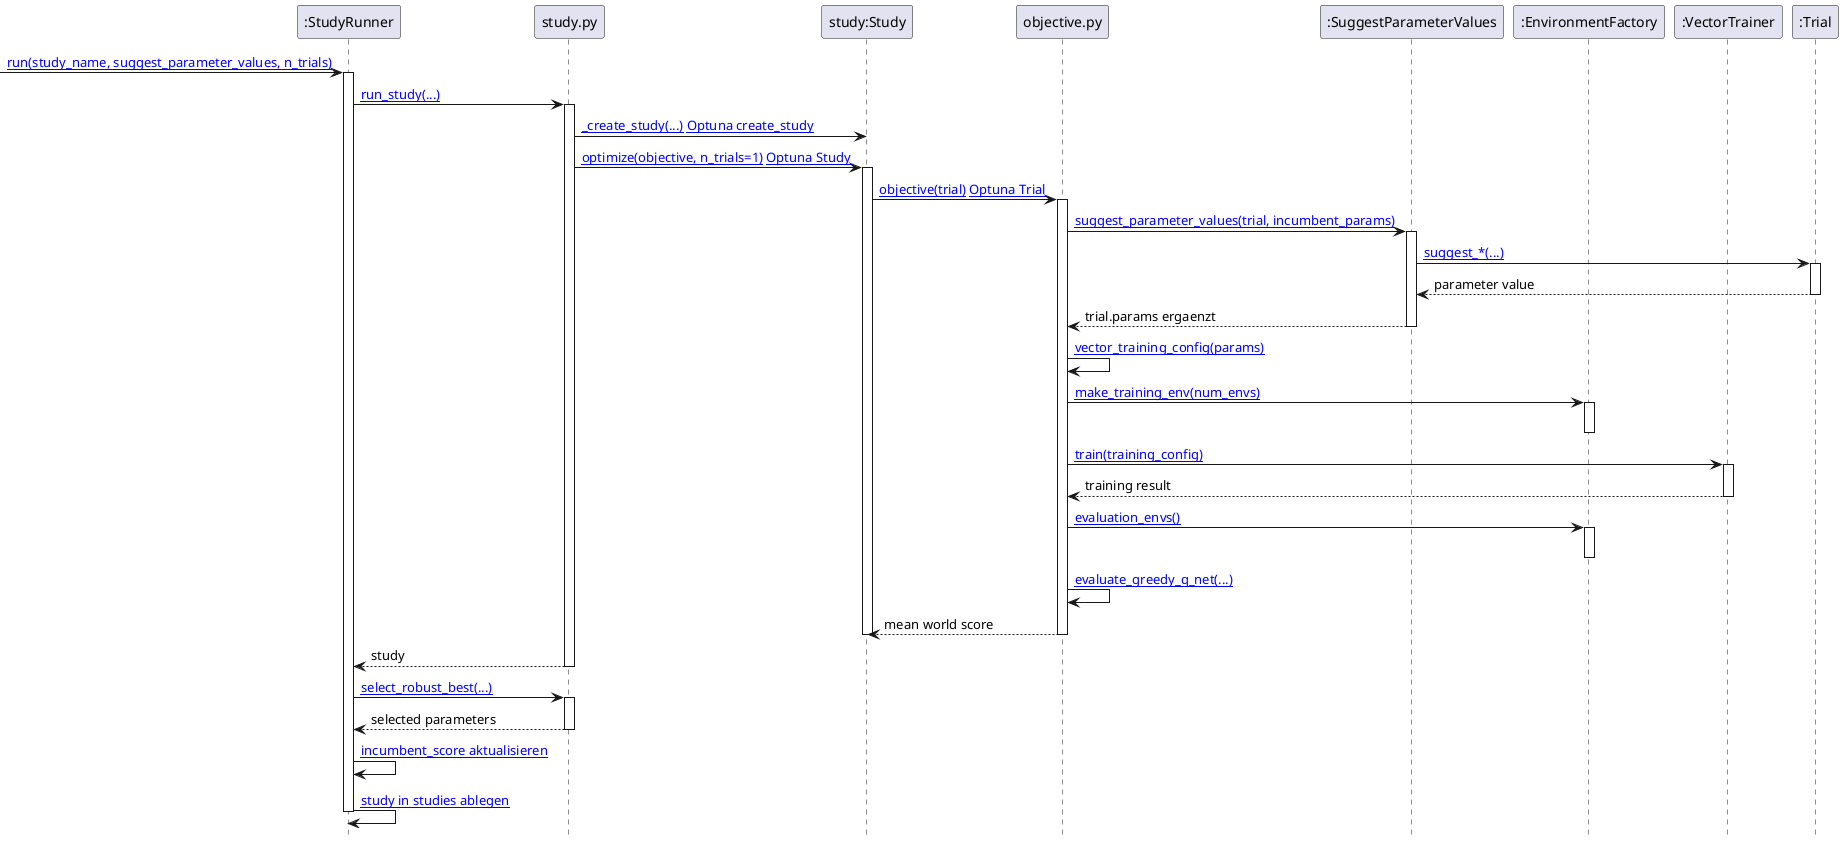
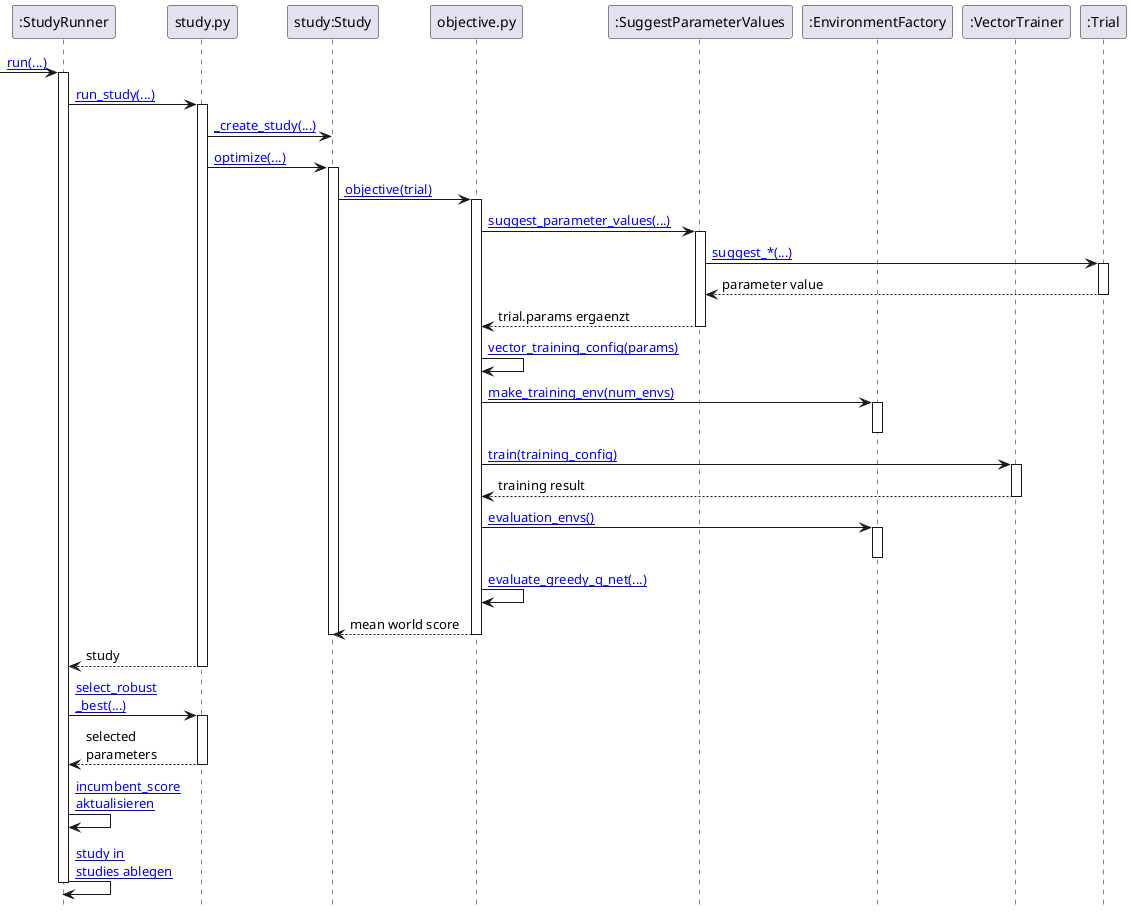
@startuml

hide footbox

participant ":StudyRunner" as runner
participant "study.py" as study_module
participant "study:Study" as study
participant "objective.py" as objective
participant ":SuggestParameterValues" as suggest_parameter_values
participant ":EnvironmentFactory" as environment_factory
participant ":VectorTrainer" as trainer
participant ":Trial" as trial

url of runner is [[vscode://file/C:/Users/mwehle/Documents/_P/KI/rl_lab/hpo/src/hpo/study.py:52:1]]
url of study_module is [[vscode://file/C:/Users/mwehle/Documents/_P/KI/rl_lab/hpo/src/hpo/study.py:1:1]]
url of study is [[vscode://file/C:/Users/mwehle/Documents/_P/KI/rl_lab/hpo/src/hpo/study.py:279:1]]
url of objective is [[vscode://file/C:/Users/mwehle/Documents/_P/KI/rl_lab/hpo/src/hpo/objective.py:134:1]]
url of suggest_parameter_values is [[vscode://file/C:/Users/mwehle/Documents/_P/KI/rl_lab/hpo/src/hpo/objective.py:19:1]]
url of environment_factory is [[vscode://file/C:/Users/mwehle/Documents/_P/KI/rl_lab/hpo/src/hpo/objective.py:23:1]]
url of trainer is [[vscode://file/C:/Users/mwehle/Documents/_P/KI/rl_lab/dqn/src/dqn/vector_training.py:115:1]]
url of trial is [[vscode://file/C:/Users/mwehle/Documents/_P/KI/rl_lab/hpo/src/hpo/objective.py:142:1]]

- [-> runner : [[vscode://file/C:/Users/mwehle/Documents/_P/KI/rl_lab/hpo/src/hpo/study.py:71:1 run(study_name, suggest_parameter_values, n_trials)]]
+ [-> runner : [[vscode://file/C:/Users/mwehle/Documents/_P/KI/rl_lab/hpo/src/hpo/study.py:71:1 run(...)]]
activate runner

runner -> study_module : [[vscode://file/C:/Users/mwehle/Documents/_P/KI/rl_lab/hpo/src/hpo/study.py:127:1 run_study(...)]]
activate study_module

- study_module -> study : [[vscode://file/C:/Users/mwehle/Documents/_P/KI/rl_lab/hpo/src/hpo/study.py:279:1 _create_study(...)]] [[https://optuna.readthedocs.io/en/stable/reference/generated/optuna.study.create_study.html Optuna create_study]]
+ study_module -> study : [[vscode://file/C:/Users/mwehle/Documents/_P/KI/rl_lab/hpo/src/hpo/study.py:279:1 _create_study(...)]]

- study_module -> study : [[vscode://file/C:/Users/mwehle/Documents/_P/KI/rl_lab/hpo/src/hpo/study.py:173:1 optimize(objective, n_trials=1)]] [[https://optuna.readthedocs.io/en/stable/reference/generated/optuna.study.Study.html Optuna Study]]
+ study_module -> study : [[vscode://file/C:/Users/mwehle/Documents/_P/KI/rl_lab/hpo/src/hpo/study.py:173:1 optimize(...)]]
activate study

- study -> objective : [[vscode://file/C:/Users/mwehle/Documents/_P/KI/rl_lab/hpo/src/hpo/objective.py:142:1 objective(trial)]] [[https://optuna.readthedocs.io/en/stable/reference/generated/optuna.trial.Trial.html Optuna Trial]]
+ study -> objective : [[vscode://file/C:/Users/mwehle/Documents/_P/KI/rl_lab/hpo/src/hpo/objective.py:142:1 objective(trial)]]
activate objective

- objective -> suggest_parameter_values : [[vscode://file/C:/Users/mwehle/Documents/_P/KI/rl_lab/hpo/src/hpo/objective.py:143:1 suggest_parameter_values(trial, incumbent_params)]]
+ objective -> suggest_parameter_values : [[vscode://file/C:/Users/mwehle/Documents/_P/KI/rl_lab/hpo/src/hpo/objective.py:143:1 suggest_parameter_values(...)]]
activate suggest_parameter_values
suggest_parameter_values -> trial : [[https://optuna.readthedocs.io/en/stable/tutorial/10_key_features/002_configurations.html suggest_*(...)]]
activate trial
trial --> suggest_parameter_values : parameter value
deactivate trial
suggest_parameter_values --> objective : trial.params ergaenzt
deactivate suggest_parameter_values

objective -> objective : [[vscode://file/C:/Users/mwehle/Documents/_P/KI/rl_lab/hpo/src/hpo/objective.py:205:1 vector_training_config(params)]]

objective -> environment_factory : [[vscode://file/C:/Users/mwehle/Documents/_P/KI/rl_lab/hpo/src/hpo/objective.py:23:1 make_training_env(num_envs)]]
activate environment_factory
deactivate environment_factory

objective -> trainer : [[vscode://file/C:/Users/mwehle/Documents/_P/KI/rl_lab/dqn/src/dqn/vector_training.py:166:1 train(training_config)]]
activate trainer
trainer --> objective : training result
deactivate trainer

objective -> environment_factory : [[vscode://file/C:/Users/mwehle/Documents/_P/KI/rl_lab/hpo/src/hpo/objective.py:26:1 evaluation_envs()]]
activate environment_factory
deactivate environment_factory

objective -> objective : [[vscode://file/C:/Users/mwehle/Documents/_P/KI/rl_lab/hpo/src/hpo/objective.py:221:1 evaluate_greedy_q_net(...)]]

objective --> study : mean world score
deactivate objective
deactivate study

study_module --> runner : study
deactivate study_module

- runner -> study_module : [[vscode://file/C:/Users/mwehle/Documents/_P/KI/rl_lab/hpo/src/hpo/study.py:182:1 select_robust_best(...)]]
+ runner -> study_module : [[vscode://file/C:/Users/mwehle/Documents/_P/KI/rl_lab/hpo/src/hpo/study.py:182:1 select_robust\n_best(...)]]
activate study_module
- study_module --> runner : selected parameters
+ study_module --> runner : selected\nparameters
deactivate study_module

- runner -> runner : [[vscode://file/C:/Users/mwehle/Documents/_P/KI/rl_lab/hpo/src/hpo/study.py:114:1 incumbent_score aktualisieren]]
- runner -> runner : [[vscode://file/C:/Users/mwehle/Documents/_P/KI/rl_lab/hpo/src/hpo/study.py:123:1 study in studies ablegen]]
+ runner -> runner : [[vscode://file/C:/Users/mwehle/Documents/_P/KI/rl_lab/hpo/src/hpo/study.py:114:1 incumbent_score\naktualisieren]]
+ runner -> runner : [[vscode://file/C:/Users/mwehle/Documents/_P/KI/rl_lab/hpo/src/hpo/study.py:123:1 study in\nstudies ablegen]]
deactivate runner

@enduml
